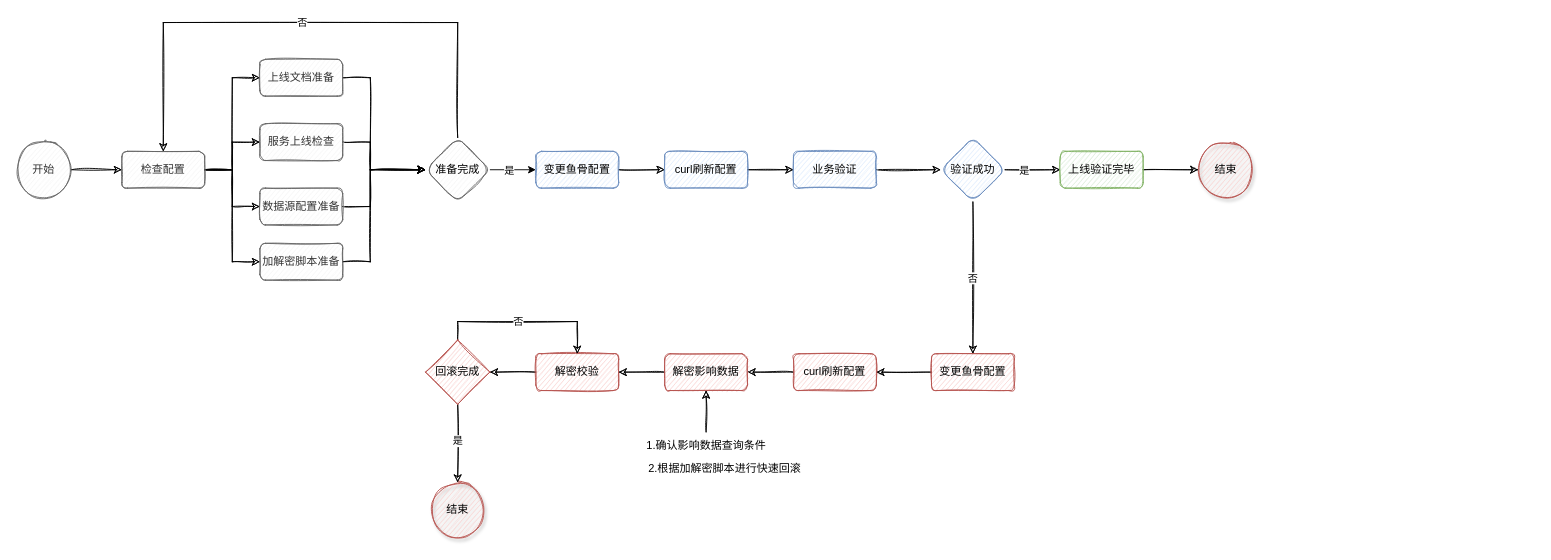
The draw.io diagram page "第 2 页" (2 of 2) of 日常画图草稿板.drawio in ccoderJava/draw-diagrams, before the edit. Source tidied: cells renumbered, new cells numbered last; positions are measured from the earlier drawing's top-left corner, leaving out a move shared by most shapes. Both pictures are drawn from the tidied source at 92%, with x=0, y=0 at pixel (16, 22).
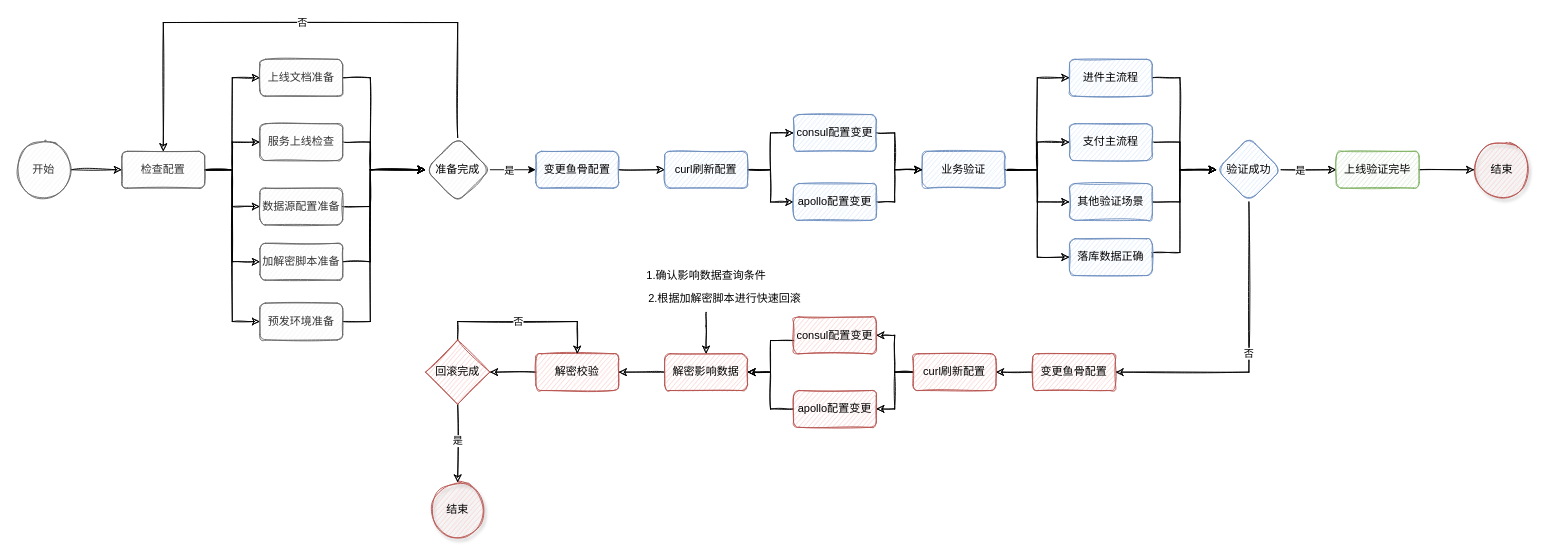
The same page after the edit.

Commit message:
更新日常画图草稿板.drawio

The change refers to these unchanged cells:
```xml
<mxCell id="17" value="检查配置" style="rounded=1;whiteSpace=wrap;fillColor=#f5f5f5;strokeColor=#666666;fontColor=#333333;labelBorderColor=none;html=1;shadow=0;sketch=1;glass=0;" parent="1" vertex="1">
  <mxGeometry x="115" y="140" width="90" height="40" as="geometry" />
</mxCell>
<mxCell id="28" value="curl刷新配置" style="rounded=1;whiteSpace=wrap;fillColor=#dae8fc;strokeColor=#6c8ebf;labelBorderColor=none;html=1;sketch=1;shadow=0;" parent="1" vertex="1">
  <mxGeometry x="705" y="140" width="90" height="40" as="geometry" />
</mxCell>
<mxCell id="41" value="解密影响数据" style="rounded=1;whiteSpace=wrap;fillColor=#f8cecc;strokeColor=#b85450;labelBorderColor=none;html=1;sketch=1;shadow=0;" parent="1" vertex="1">
  <mxGeometry x="705" y="360" width="90" height="40" as="geometry" />
</mxCell>
```

What changed in the source:
```diff
@@
+    <mxCell id="55" style="edgeStyle=orthogonalEdgeStyle;rounded=0;sketch=1;jettySize=auto;html=1;exitX=1;exitY=0.5;exitDx=0;exitDy=0;entryX=0;entryY=0.5;entryDx=0;entryDy=0;shadow=0;labelBackgroundColor=#A8E5FF;labelBorderColor=none;" parent="1" edge="1" source="17" target="82">
+      <mxGeometry relative="1" as="geometry" />
+    </mxCell>
@@
-    <mxCell id="27" style="edgeStyle=orthogonalEdgeStyle;rounded=0;jettySize=auto;exitX=1;exitY=0.5;exitDx=0;exitDy=0;entryX=0;entryY=0.5;entryDx=0;entryDy=0;labelBorderColor=none;html=1;sketch=1;" parent="1" edge="1" source="28" target="30">
-      <mxGeometry relative="1" as="geometry" />
-    </mxCell>
+    <mxCell id="56" style="edgeStyle=orthogonalEdgeStyle;rounded=0;sketch=1;jettySize=auto;html=1;exitX=1;exitY=0.5;exitDx=0;exitDy=0;entryX=0;entryY=0.5;entryDx=0;entryDy=0;shadow=0;labelBackgroundColor=#A8E5FF;labelBorderColor=none;" parent="1" edge="1" source="28" target="67">
+      <mxGeometry relative="1" as="geometry" />
+    </mxCell>
+    <mxCell id="57" style="edgeStyle=orthogonalEdgeStyle;rounded=0;sketch=1;jettySize=auto;html=1;exitX=1;exitY=0.5;exitDx=0;exitDy=0;entryX=0;entryY=0.5;entryDx=0;entryDy=0;shadow=0;labelBackgroundColor=#A8E5FF;labelBorderColor=none;" parent="1" edge="1" source="28" target="69">
+      <mxGeometry relative="1" as="geometry" />
+    </mxCell>
@@
-    <mxCell id="29" style="edgeStyle=orthogonalEdgeStyle;rounded=0;jettySize=auto;exitX=1;exitY=0.5;exitDx=0;exitDy=0;entryX=0;entryY=0.5;entryDx=0;entryDy=0;labelBorderColor=none;html=1;sketch=1;" parent="1" edge="1" source="30" target="34">
-      <mxGeometry relative="1" as="geometry" />
-    </mxCell>
+    <mxCell id="58" style="edgeStyle=orthogonalEdgeStyle;rounded=0;sketch=1;jettySize=auto;html=1;exitX=1;exitY=0.5;exitDx=0;exitDy=0;entryX=0;entryY=0.5;entryDx=0;entryDy=0;shadow=0;labelBackgroundColor=#A8E5FF;labelBorderColor=none;" parent="1" edge="1" source="30" target="74">
+      <mxGeometry relative="1" as="geometry" />
+    </mxCell>
+    <mxCell id="59" style="edgeStyle=orthogonalEdgeStyle;rounded=0;sketch=1;jettySize=auto;html=1;exitX=1;exitY=0.5;exitDx=0;exitDy=0;entryX=0;entryY=0.5;entryDx=0;entryDy=0;shadow=0;labelBackgroundColor=#A8E5FF;labelBorderColor=none;" parent="1" edge="1" source="30" target="76">
+      <mxGeometry relative="1" as="geometry" />
+    </mxCell>
+    <mxCell id="60" style="edgeStyle=orthogonalEdgeStyle;rounded=0;sketch=1;jettySize=auto;html=1;exitX=1;exitY=0.5;exitDx=0;exitDy=0;entryX=0;entryY=0.5;entryDx=0;entryDy=0;shadow=0;labelBackgroundColor=#A8E5FF;labelBorderColor=none;" parent="1" edge="1" source="30" target="80">
+      <mxGeometry relative="1" as="geometry" />
+    </mxCell>
+    <mxCell id="61" style="edgeStyle=orthogonalEdgeStyle;rounded=0;sketch=1;jettySize=auto;html=1;exitX=1;exitY=0.5;exitDx=0;exitDy=0;entryX=0;entryY=0.5;entryDx=0;entryDy=0;shadow=0;labelBackgroundColor=#A8E5FF;labelBorderColor=none;" parent="1" edge="1" source="30" target="78">
+      <mxGeometry relative="1" as="geometry" />
+    </mxCell>
     <mxCell id="30" value="业务验证" style="rounded=1;whiteSpace=wrap;fillColor=#dae8fc;strokeColor=#6c8ebf;labelBorderColor=none;html=1;sketch=1;shadow=0;" parent="1" vertex="1">
-      <mxGeometry x="845" y="140" width="90" height="40" as="geometry" />
+      <mxGeometry x="985" y="140" width="90" height="40" as="geometry" />
     </mxCell>
-    <mxCell id="31" value="否" style="edgeStyle=orthogonalEdgeStyle;rounded=0;jettySize=auto;exitX=0.5;exitY=1;exitDx=0;exitDy=0;entryX=0.5;entryY=0;entryDx=0;entryDy=0;labelBorderColor=none;html=1;sketch=1;" parent="1" edge="1" source="34" target="37">
+    <mxCell id="31" value="否" style="edgeStyle=orthogonalEdgeStyle;rounded=0;jettySize=auto;exitX=0.5;exitY=1;exitDx=0;exitDy=0;entryX=1;entryY=0.5;entryDx=0;entryDy=0;labelBorderColor=none;html=1;sketch=1;" parent="1" edge="1" source="34" target="37">
       <mxGeometry relative="1" as="geometry" />
     </mxCell>
@@
     <mxCell id="34" value="验证成功" style="rhombus;whiteSpace=wrap;fillColor=#dae8fc;strokeColor=#6c8ebf;labelBorderColor=none;html=1;sketch=1;shadow=0;rounded=1;" parent="1" vertex="1">
-      <mxGeometry x="1005" y="125" width="70" height="70" as="geometry" />
+      <mxGeometry x="1305" y="125" width="70" height="70" as="geometry" />
     </mxCell>
     <mxCell id="35" value="结束" style="ellipse;whiteSpace=wrap;fillColor=#f8cecc;strokeColor=#b85450;gradientColor=none;shadow=1;sketch=1;labelBorderColor=none;html=1;" parent="1" vertex="1">
-      <mxGeometry x="1285" y="130" width="60" height="60" as="geometry" />
+      <mxGeometry x="1585" y="130" width="60" height="60" as="geometry" />
     </mxCell>
@@
     <mxCell id="37" value="变更鱼骨配置" style="rounded=1;whiteSpace=wrap;fillColor=#f8cecc;strokeColor=#b85450;labelBorderColor=none;html=1;sketch=1;shadow=0;" parent="1" vertex="1">
-      <mxGeometry x="995" y="360" width="90" height="40" as="geometry" />
+      <mxGeometry x="1105" y="360" width="90" height="40" as="geometry" />
     </mxCell>
-    <mxCell id="38" style="edgeStyle=orthogonalEdgeStyle;rounded=0;jettySize=auto;exitX=0;exitY=0.5;exitDx=0;exitDy=0;entryX=1;entryY=0.5;entryDx=0;entryDy=0;labelBackgroundColor=#A8E5FF;labelBorderColor=none;html=1;sketch=1;" parent="1" edge="1" source="39" target="41">
-      <mxGeometry relative="1" as="geometry" />
-    </mxCell>
+    <mxCell id="62" style="edgeStyle=orthogonalEdgeStyle;rounded=0;sketch=1;jettySize=auto;html=1;exitX=0;exitY=0.5;exitDx=0;exitDy=0;entryX=1;entryY=0.5;entryDx=0;entryDy=0;shadow=0;labelBackgroundColor=#A8E5FF;labelBorderColor=none;" parent="1" edge="1" source="39" target="70">
+      <mxGeometry relative="1" as="geometry" />
+    </mxCell>
+    <mxCell id="63" style="edgeStyle=orthogonalEdgeStyle;rounded=0;sketch=1;jettySize=auto;html=1;exitX=0;exitY=0.5;exitDx=0;exitDy=0;entryX=1;entryY=0.5;entryDx=0;entryDy=0;shadow=0;labelBackgroundColor=#A8E5FF;labelBorderColor=none;" parent="1" edge="1" source="39" target="72">
+      <mxGeometry relative="1" as="geometry" />
+    </mxCell>
     <mxCell id="39" value="curl刷新配置" style="rounded=1;whiteSpace=wrap;fillColor=#f8cecc;strokeColor=#b85450;labelBorderColor=none;html=1;sketch=1;shadow=0;" parent="1" vertex="1">
-      <mxGeometry x="845" y="360" width="90" height="40" as="geometry" />
+      <mxGeometry x="975" y="360" width="90" height="40" as="geometry" />
     </mxCell>
@@
-    <mxCell id="44" style="edgeStyle=orthogonalEdgeStyle;rounded=0;jettySize=auto;labelBackgroundColor=#A8E5FF;labelBorderColor=none;html=1;sketch=1;" parent="1" edge="1" source="45" target="41">
-      <mxGeometry relative="1" as="geometry" />
-    </mxCell>
     <mxCell id="45" value="1.确认影响数据查询条件" style="text;align=center;verticalAlign=middle;points=[];strokeColor=none;fillColor=none;labelBorderColor=none;html=1;" parent="1" vertex="1">
-      <mxGeometry x="675" y="445" width="150" height="30" as="geometry" />
+      <mxGeometry x="675" y="260" width="150" height="30" as="geometry" />
     </mxCell>
+    <mxCell id="64" style="edgeStyle=orthogonalEdgeStyle;rounded=0;sketch=1;jettySize=auto;html=1;shadow=0;labelBackgroundColor=#A8E5FF;labelBorderColor=none;" parent="1" edge="1" source="46" target="41">
+      <mxGeometry relative="1" as="geometry">
+        <Array as="points">
+          <mxPoint x="750" y="330" />
+          <mxPoint x="750" y="330" />
+        </Array>
+      </mxGeometry>
+    </mxCell>
     <mxCell id="46" value="2.根据加解密脚本进行快速回滚" style="text;align=center;verticalAlign=middle;points=[];strokeColor=none;fillColor=none;labelBorderColor=none;html=1;" parent="1" vertex="1">
-      <mxGeometry x="675" y="470" width="190" height="30" as="geometry" />
+      <mxGeometry x="675" y="285" width="190" height="30" as="geometry" />
     </mxCell>
@@
     <mxCell id="54" value="上线验证完毕" style="rounded=1;whiteSpace=wrap;fillColor=#d5e8d4;strokeColor=#82b366;labelBorderColor=none;html=1;sketch=1;shadow=0;glass=0;" parent="1" vertex="1">
-      <mxGeometry x="1135" y="140" width="90" height="40" as="geometry" />
+      <mxGeometry x="1435" y="140" width="90" height="40" as="geometry" />
     </mxCell>
+    <mxCell id="65" style="edgeStyle=orthogonalEdgeStyle;rounded=0;sketch=1;jettySize=auto;html=1;exitX=1;exitY=0.5;exitDx=0;exitDy=0;shadow=0;labelBackgroundColor=#A8E5FF;labelBorderColor=none;" parent="1" edge="1" source="67" target="30">
+      <mxGeometry relative="1" as="geometry">
+        <Array as="points">
+          <mxPoint x="955" y="120" />
+          <mxPoint x="955" y="160" />
+        </Array>
+      </mxGeometry>
+    </mxCell>
+    <mxCell id="66" style="edgeStyle=orthogonalEdgeStyle;rounded=0;sketch=1;jettySize=auto;html=1;exitX=0.002;exitY=0.641;exitDx=0;exitDy=0;entryX=1;entryY=0.5;entryDx=0;entryDy=0;shadow=0;labelBackgroundColor=#A8E5FF;labelBorderColor=none;exitPerimeter=0;" parent="1" edge="1" source="70" target="41">
+      <mxGeometry relative="1" as="geometry" />
+    </mxCell>
+    <mxCell id="67" value="consul配置变更" style="rounded=1;whiteSpace=wrap;fillColor=#dae8fc;strokeColor=#6c8ebf;labelBorderColor=none;html=1;sketch=1;shadow=0;" parent="1" vertex="1">
+      <mxGeometry x="845" y="100" width="90" height="40" as="geometry" />
+    </mxCell>
+    <mxCell id="68" style="edgeStyle=orthogonalEdgeStyle;rounded=0;sketch=1;jettySize=auto;html=1;exitX=1;exitY=0.5;exitDx=0;exitDy=0;shadow=0;labelBackgroundColor=#A8E5FF;labelBorderColor=none;" parent="1" edge="1" source="69">
+      <mxGeometry relative="1" as="geometry">
+        <mxPoint x="985" y="160" as="targetPoint" />
+        <Array as="points">
+          <mxPoint x="955" y="195" />
+          <mxPoint x="955" y="160" />
+        </Array>
+      </mxGeometry>
+    </mxCell>
+    <mxCell id="69" value="apollo配置变更" style="rounded=1;whiteSpace=wrap;fillColor=#dae8fc;strokeColor=#6c8ebf;labelBorderColor=none;html=1;sketch=1;shadow=0;" parent="1" vertex="1">
+      <mxGeometry x="845" y="175" width="90" height="40" as="geometry" />
+    </mxCell>
+    <mxCell id="70" value="consul配置变更" style="rounded=1;whiteSpace=wrap;fillColor=#f8cecc;strokeColor=#b85450;labelBorderColor=none;html=1;sketch=1;shadow=0;" parent="1" vertex="1">
+      <mxGeometry x="845" y="320" width="90" height="40" as="geometry" />
+    </mxCell>
+    <mxCell id="71" style="edgeStyle=orthogonalEdgeStyle;rounded=0;sketch=1;jettySize=auto;html=1;exitX=0;exitY=0.5;exitDx=0;exitDy=0;entryX=1;entryY=0.5;entryDx=0;entryDy=0;shadow=0;labelBackgroundColor=#A8E5FF;labelBorderColor=none;" parent="1" edge="1" source="72" target="41">
+      <mxGeometry relative="1" as="geometry" />
+    </mxCell>
+    <mxCell id="72" value="apollo配置变更" style="rounded=1;whiteSpace=wrap;fillColor=#f8cecc;strokeColor=#b85450;labelBorderColor=none;html=1;sketch=1;shadow=0;" parent="1" vertex="1">
+      <mxGeometry x="845" y="400" width="90" height="40" as="geometry" />
+    </mxCell>
+    <mxCell id="73" style="edgeStyle=orthogonalEdgeStyle;rounded=0;sketch=1;jettySize=auto;html=1;exitX=1;exitY=0.5;exitDx=0;exitDy=0;shadow=0;labelBackgroundColor=#A8E5FF;labelBorderColor=none;" parent="1" edge="1" source="74">
+      <mxGeometry relative="1" as="geometry">
+        <mxPoint x="1305" y="160" as="targetPoint" />
+        <Array as="points">
+          <mxPoint x="1265" y="60" />
+          <mxPoint x="1265" y="160" />
+        </Array>
+      </mxGeometry>
+    </mxCell>
+    <mxCell id="74" value="进件主流程" style="rounded=1;whiteSpace=wrap;fillColor=#dae8fc;strokeColor=#6c8ebf;labelBorderColor=none;html=1;sketch=1;shadow=0;" parent="1" vertex="1">
+      <mxGeometry x="1145" y="40" width="90" height="40" as="geometry" />
+    </mxCell>
+    <mxCell id="75" style="edgeStyle=orthogonalEdgeStyle;rounded=0;sketch=1;jettySize=auto;html=1;exitX=1;exitY=0.5;exitDx=0;exitDy=0;shadow=0;labelBackgroundColor=#A8E5FF;labelBorderColor=none;" parent="1" edge="1" source="76">
+      <mxGeometry relative="1" as="geometry">
+        <mxPoint x="1305" y="160" as="targetPoint" />
+        <Array as="points">
+          <mxPoint x="1265" y="130" />
+          <mxPoint x="1265" y="160" />
+        </Array>
+      </mxGeometry>
+    </mxCell>
+    <mxCell id="76" value="支付主流程" style="rounded=1;whiteSpace=wrap;fillColor=#dae8fc;strokeColor=#6c8ebf;labelBorderColor=none;html=1;sketch=1;shadow=0;" parent="1" vertex="1">
+      <mxGeometry x="1145" y="110" width="90" height="40" as="geometry" />
+    </mxCell>
+    <mxCell id="77" style="edgeStyle=orthogonalEdgeStyle;rounded=0;sketch=1;jettySize=auto;html=1;exitX=1;exitY=0.5;exitDx=0;exitDy=0;shadow=0;labelBackgroundColor=#A8E5FF;labelBorderColor=none;" parent="1" edge="1" source="78">
+      <mxGeometry relative="1" as="geometry">
+        <mxPoint x="1305" y="160" as="targetPoint" />
+        <Array as="points">
+          <mxPoint x="1235" y="250" />
+          <mxPoint x="1265" y="250" />
+          <mxPoint x="1265" y="160" />
+        </Array>
+      </mxGeometry>
+    </mxCell>
+    <mxCell id="78" value="落库数据正确" style="rounded=1;whiteSpace=wrap;fillColor=#dae8fc;strokeColor=#6c8ebf;labelBorderColor=none;html=1;sketch=1;shadow=0;" parent="1" vertex="1">
+      <mxGeometry x="1145" y="235" width="90" height="40" as="geometry" />
+    </mxCell>
+    <mxCell id="79" style="edgeStyle=orthogonalEdgeStyle;rounded=0;sketch=1;jettySize=auto;html=1;exitX=1;exitY=0.5;exitDx=0;exitDy=0;shadow=0;labelBackgroundColor=#A8E5FF;labelBorderColor=none;" parent="1" edge="1" source="80" target="34">
+      <mxGeometry relative="1" as="geometry">
+        <Array as="points">
+          <mxPoint x="1265" y="195" />
+          <mxPoint x="1265" y="160" />
+        </Array>
+      </mxGeometry>
+    </mxCell>
+    <mxCell id="80" value="其他验证场景" style="rounded=1;whiteSpace=wrap;fillColor=#dae8fc;strokeColor=#6c8ebf;labelBorderColor=none;html=1;sketch=1;shadow=0;" parent="1" vertex="1">
+      <mxGeometry x="1145" y="175" width="90" height="40" as="geometry" />
+    </mxCell>
+    <mxCell id="81" style="edgeStyle=orthogonalEdgeStyle;rounded=0;sketch=1;jettySize=auto;html=1;exitX=1;exitY=0.5;exitDx=0;exitDy=0;shadow=0;labelBackgroundColor=#A8E5FF;labelBorderColor=none;" parent="1" edge="1" source="82">
+      <mxGeometry relative="1" as="geometry">
+        <mxPoint x="445" y="160" as="targetPoint" />
+        <Array as="points">
+          <mxPoint x="385" y="325" />
+          <mxPoint x="385" y="160" />
+        </Array>
+      </mxGeometry>
+    </mxCell>
+    <mxCell id="82" value="预发环境准备" style="rounded=1;whiteSpace=wrap;fillColor=#f5f5f5;strokeColor=#666666;fontColor=#333333;labelBorderColor=none;html=1;shadow=0;sketch=1;glass=0;" parent="1" vertex="1">
+      <mxGeometry x="265" y="305" width="90" height="40" as="geometry" />
+    </mxCell>
```
